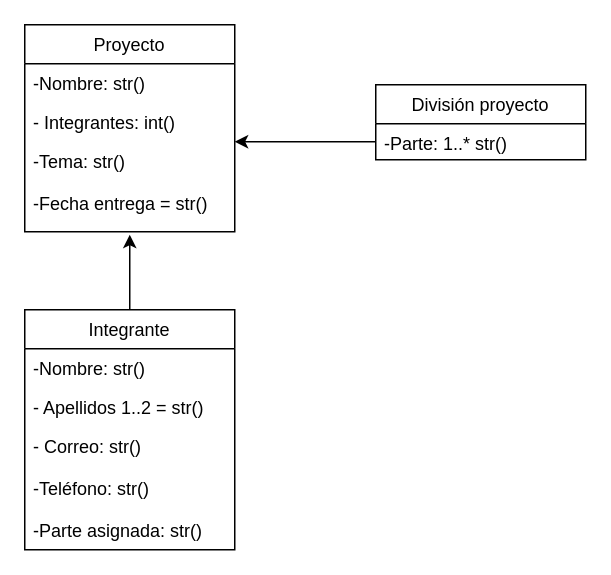
Before: ejercicio7.drawio in mgonzalz/ejercicios_grupales, a draw.io diagram. Source tidied: cells renumbered, new cells numbered last; positions are measured from the earlier drawing's top-left corner, leaving out a move shared by most shapes. Both pictures are drawn from the tidied source at 150%, with x=0, y=0 at pixel (24, 24).
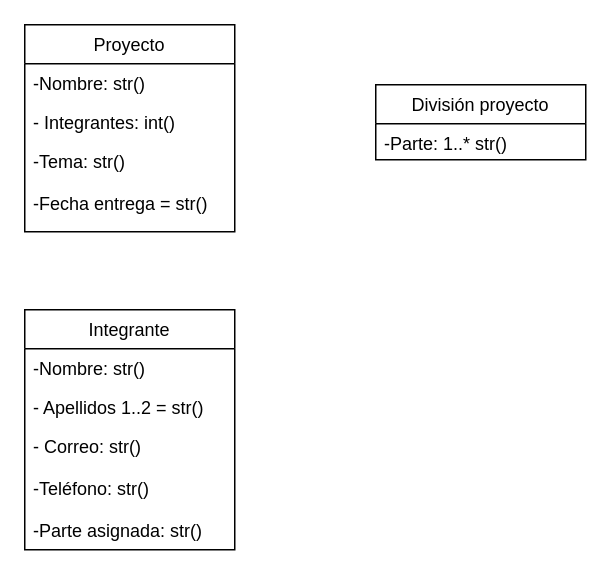
Above is the later version.

What changed in the source:
```diff
@@
 <mxGraphModel>
   <root>
     <mxCell id="0" />
     <mxCell id="1" parent="0" />
     <mxCell id="2" value="Proyecto" style="swimlane;fontStyle=0;horizontal=1;startSize=26;fillColor=none;" parent="1" vertex="1">
       <mxGeometry width="140" height="138" as="geometry" />
     </mxCell>
     <mxCell id="3" value="-Nombre: str()" style="text;strokeColor=none;fillColor=none;align=left;verticalAlign=top;spacingLeft=4;spacingRight=4;overflow=hidden;" parent="2" vertex="1">
       <mxGeometry y="26" width="140" height="26" as="geometry" />
     </mxCell>
     <mxCell id="4" value="- Integrantes: int()" style="text;strokeColor=none;fillColor=none;align=left;verticalAlign=top;spacingLeft=4;spacingRight=4;overflow=hidden;" parent="2" vertex="1">
       <mxGeometry y="52" width="140" height="26" as="geometry" />
     </mxCell>
     <mxCell id="5" value="-Tema: str()&#10;&#10;-Fecha entrega = str()" style="text;strokeColor=none;fillColor=none;align=left;verticalAlign=top;spacingLeft=4;spacingRight=4;overflow=hidden;points=[[0,0.5],[1,0.5]];portConstraint=eastwest;" parent="2" vertex="1">
       <mxGeometry y="78" width="140" height="60" as="geometry" />
     </mxCell>
-    <mxCell id="6" style="edgeStyle=none;html=1;entryX=0.5;entryY=1.033;entryDx=0;entryDy=0;entryPerimeter=0;" parent="1" edge="1" source="7" target="5">
-      <mxGeometry relative="1" as="geometry" />
-    </mxCell>
     <mxCell id="7" value="Integrante" style="swimlane;fontStyle=0;horizontal=1;startSize=26;fillColor=none;" parent="1" vertex="1">
       <mxGeometry y="190" width="140" height="160" as="geometry" />
     </mxCell>
     <mxCell id="8" value="-Nombre: str()" style="text;strokeColor=none;fillColor=none;align=left;verticalAlign=top;spacingLeft=4;spacingRight=4;overflow=hidden;" parent="7" vertex="1">
       <mxGeometry y="26" width="140" height="26" as="geometry" />
     </mxCell>
     <mxCell id="9" value="- Apellidos 1..2 = str()" style="text;strokeColor=none;fillColor=none;align=left;verticalAlign=top;spacingLeft=4;spacingRight=4;overflow=hidden;" parent="7" vertex="1">
       <mxGeometry y="52" width="140" height="26" as="geometry" />
     </mxCell>
     <mxCell id="10" value="- Correo: str()&#10;&#10;-Teléfono: str()&#10;&#10;-Parte asignada: str()" style="text;strokeColor=none;fillColor=none;align=left;verticalAlign=top;spacingLeft=4;spacingRight=4;overflow=hidden;" parent="7" vertex="1">
       <mxGeometry y="78" width="140" height="82" as="geometry" />
     </mxCell>
     <mxCell id="11" value="División proyecto" style="swimlane;fontStyle=0;horizontal=1;startSize=26;fillColor=none;" parent="1" vertex="1">
       <mxGeometry x="234" y="40" width="140" height="50" as="geometry" />
     </mxCell>
     <mxCell id="12" value="-Parte: 1..* str()&#10;" style="text;strokeColor=none;fillColor=none;align=left;verticalAlign=top;spacingLeft=4;spacingRight=4;overflow=hidden;points=[[0,0.5],[1,0.5]];portConstraint=eastwest;" parent="11" vertex="1">
       <mxGeometry y="26" width="140" height="24" as="geometry" />
     </mxCell>
-    <mxCell id="13" style="edgeStyle=none;html=1;entryX=1;entryY=0;entryDx=0;entryDy=0;entryPerimeter=0;" parent="1" edge="1" source="12" target="5">
-      <mxGeometry relative="1" as="geometry" />
-    </mxCell>
   </root>
 </mxGraphModel>
```
